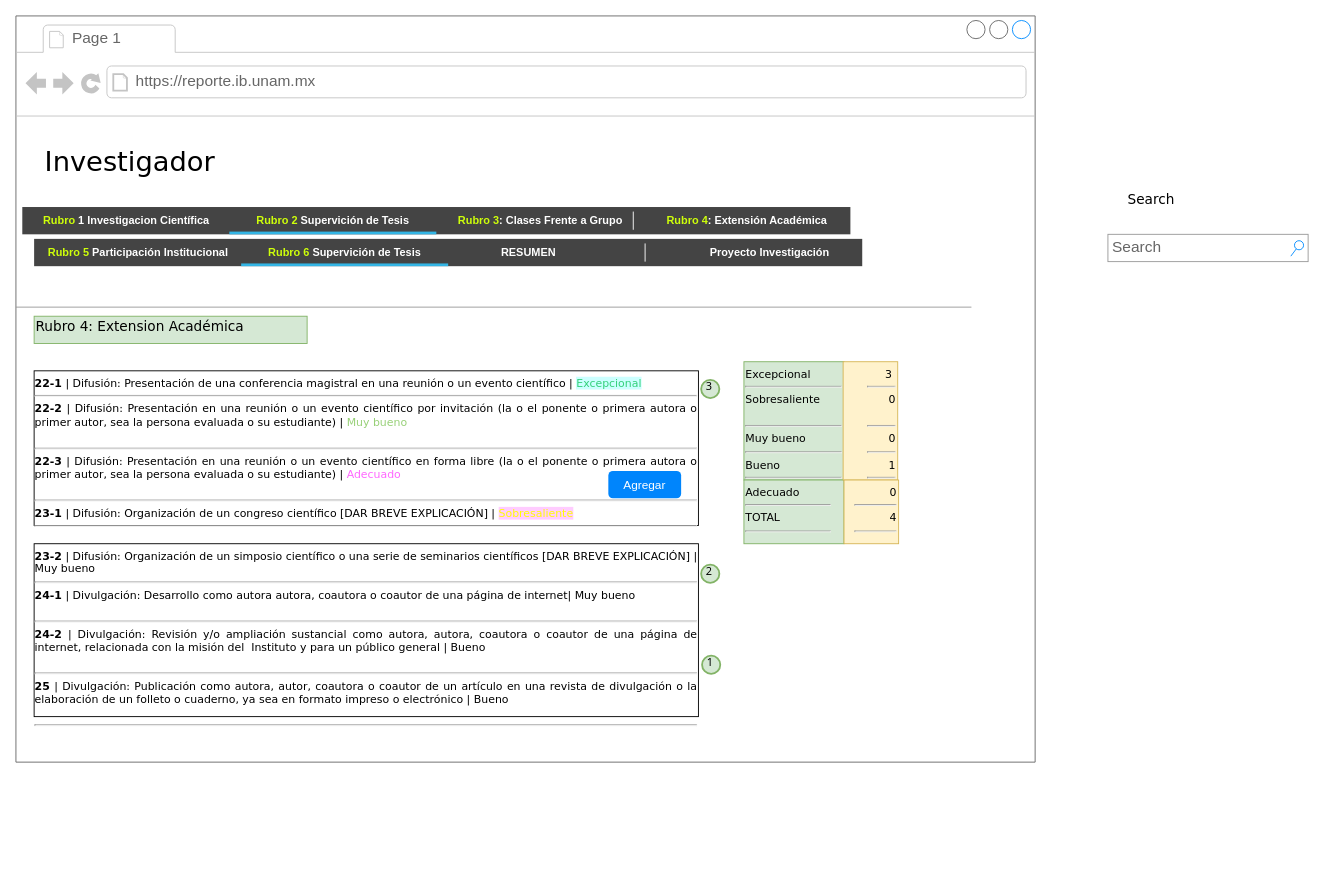
Before: Investigador.drawio in mariogb/automatic-code-write, a draw.io diagram. Source tidied: cells renumbered, new cells numbered last; positions are measured from the earlier drawing's top-left corner, leaving out a move shared by most shapes. Both pictures are drawn from the tidied source at 91%, with x=0, y=0 at pixel (15, 15).
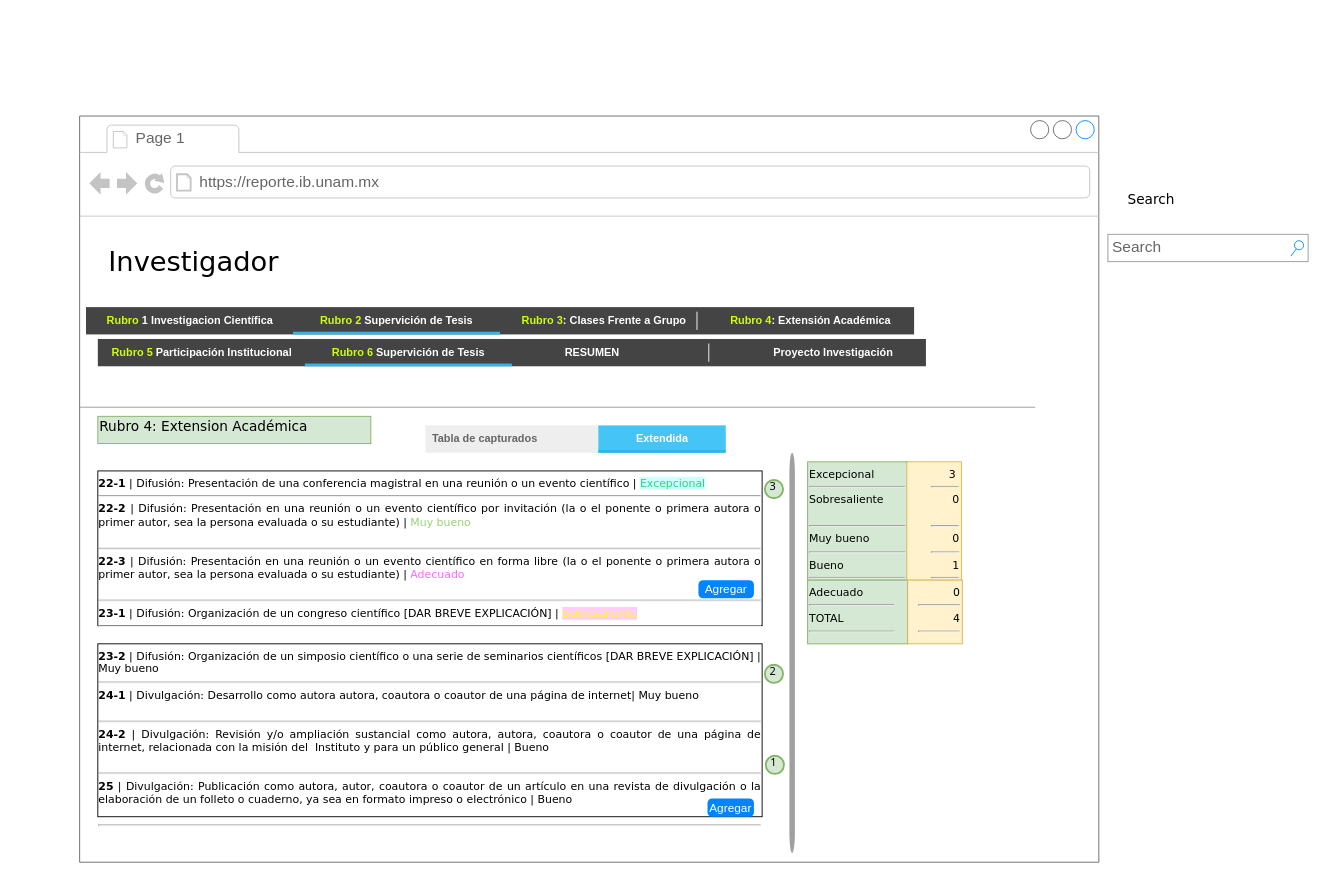
Above is the later version.

Diff of the diagram source:
```diff
@@
     <mxCell id="2" style="strokeWidth=1;shadow=0;dashed=0;align=center;html=1;shape=mxgraph.mockup.containers.browserWindow;rSize=0;strokeColor=#666666;mainText=,;rounded=0;labelBackgroundColor=none;fontFamily=Verdana;fontSize=12;fillColor=none;" parent="1" vertex="1">
-      <mxGeometry width="1120" height="820" as="geometry" />
+      <mxGeometry x="70" y="110" width="1120" height="820" as="geometry" />
     </mxCell>
@@
     <mxCell id="32" value="Agregar" style="html=1;shadow=0;dashed=0;shape=mxgraph.bootstrap.rrect;rSize=5;strokeColor=none;strokeWidth=1;fillColor=#0085FC;fontColor=#FFFFFF;whiteSpace=wrap;align=center;verticalAlign=middle;spacingLeft=0;fontStyle=0;fontSize=13;spacing=5;" parent="2" vertex="1">
-      <mxGeometry x="651" y="500" width="80" height="30" as="geometry" />
+      <mxGeometry x="680" y="510" width="61" height="20" as="geometry" />
     </mxCell>
+    <mxCell id="35" style="html=1;verticalLabelPosition=bottom;labelBackgroundColor=#ffffff;verticalAlign=top;shadow=0;dashed=0;strokeWidth=2;shape=mxgraph.ios7.misc.scroll_(vertical);fillColor=#a0a0a0;" parent="2" vertex="1">
+      <mxGeometry x="780" y="370" width="6" height="440" as="geometry" />
+    </mxCell>
+    <mxCell id="36" value="Agregar" style="html=1;shadow=0;dashed=0;shape=mxgraph.bootstrap.rrect;rSize=5;strokeColor=none;strokeWidth=1;fillColor=#0085FC;fontColor=#FFFFFF;whiteSpace=wrap;align=center;verticalAlign=middle;spacingLeft=0;fontStyle=0;fontSize=13;spacing=5;" parent="2" vertex="1">
+      <mxGeometry x="690" y="750" width="51" height="20" as="geometry" />
+    </mxCell>
+    <mxCell id="37" style="strokeWidth=1;html=1;shadow=0;dashed=0;shape=mxgraph.android.rrect;rSize=0;fillColor=#eeeeee;strokeColor=none;" parent="2" vertex="1">
+      <mxGeometry x="380" y="340" width="330" height="30" as="geometry" />
+    </mxCell>
+    <mxCell id="38" value="Tabla de capturados" style="strokeWidth=1;html=1;shadow=0;dashed=0;shape=mxgraph.android.anchor;fontStyle=1;fontColor=#666666;" parent="37" vertex="1">
+      <mxGeometry width="130" height="30" as="geometry" />
+    </mxCell>
+    <mxCell id="39" value="Extendida" style="strokeWidth=1;html=1;shadow=0;dashed=0;shape=mxgraph.android.rrect;rSize=0;fontStyle=1;fillColor=#44c5f5;strokeColor=none;fontColor=#ffffff;" parent="37" vertex="1">
+      <mxGeometry x="190" width="140" height="30" as="geometry" />
+    </mxCell>
+    <mxCell id="40" style="strokeWidth=1;html=1;shadow=0;dashed=0;shape=mxgraph.android.rrect;rSize=0;fillColor=#33b5e5;strokeColor=none;" parent="39" vertex="1">
+      <mxGeometry y="27" width="140" height="3" as="geometry" />
+    </mxCell>
+    <mxCell id="41" style="strokeWidth=1;html=1;shadow=0;dashed=0;shape=mxgraph.android.anchor;fontStyle=1;fontColor=#666666;" parent="37" vertex="1">
+      <mxGeometry x="165" width="82.5" height="30" as="geometry" />
+    </mxCell>
+    <mxCell id="42" style="strokeWidth=1;html=1;shadow=0;dashed=0;shape=mxgraph.android.anchor;fontStyle=1;fontColor=#666666;" parent="37" vertex="1">
+      <mxGeometry x="247.5" width="82.5" height="30" as="geometry" />
+    </mxCell>
```
